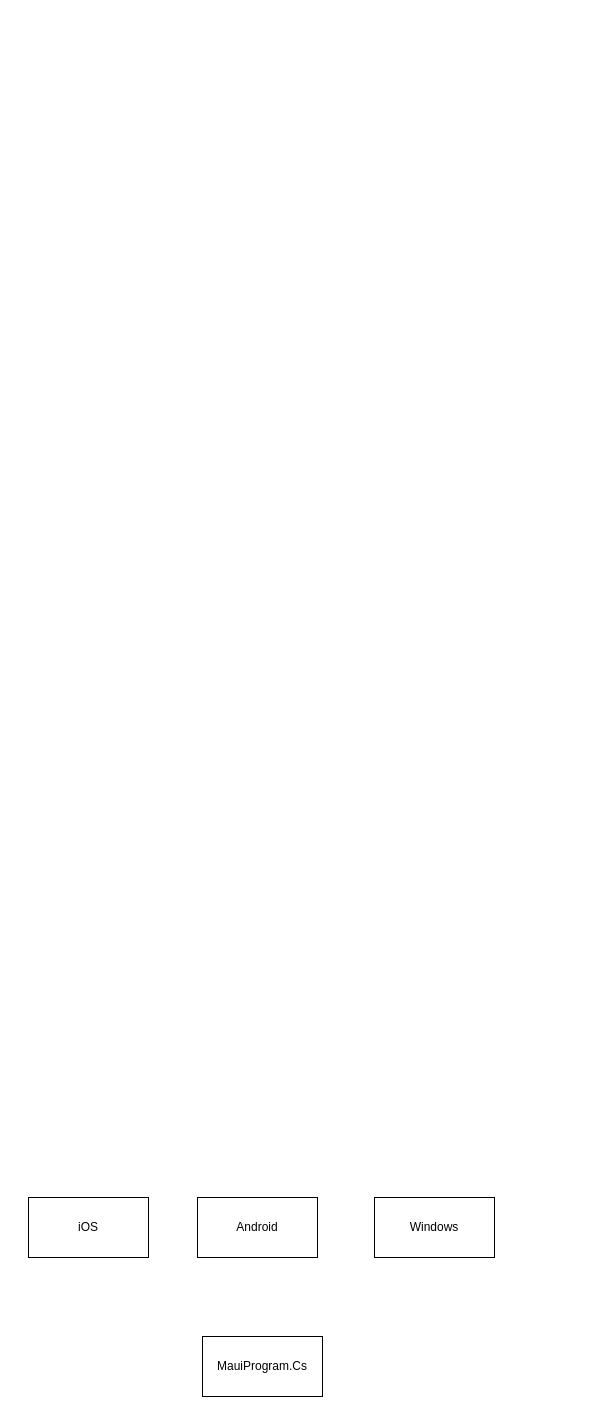
Mankind-123/My-Works keeps this draw.io diagram as Untitled Diagram.drawio. Above is the earlier version. Source tidied: cells renumbered, new cells numbered last; positions are measured from the earlier drawing's top-left corner, leaving out a move shared by most shapes. Both pictures are drawn from the tidied source at 100%, with x=0, y=0 at pixel (28, 1197).
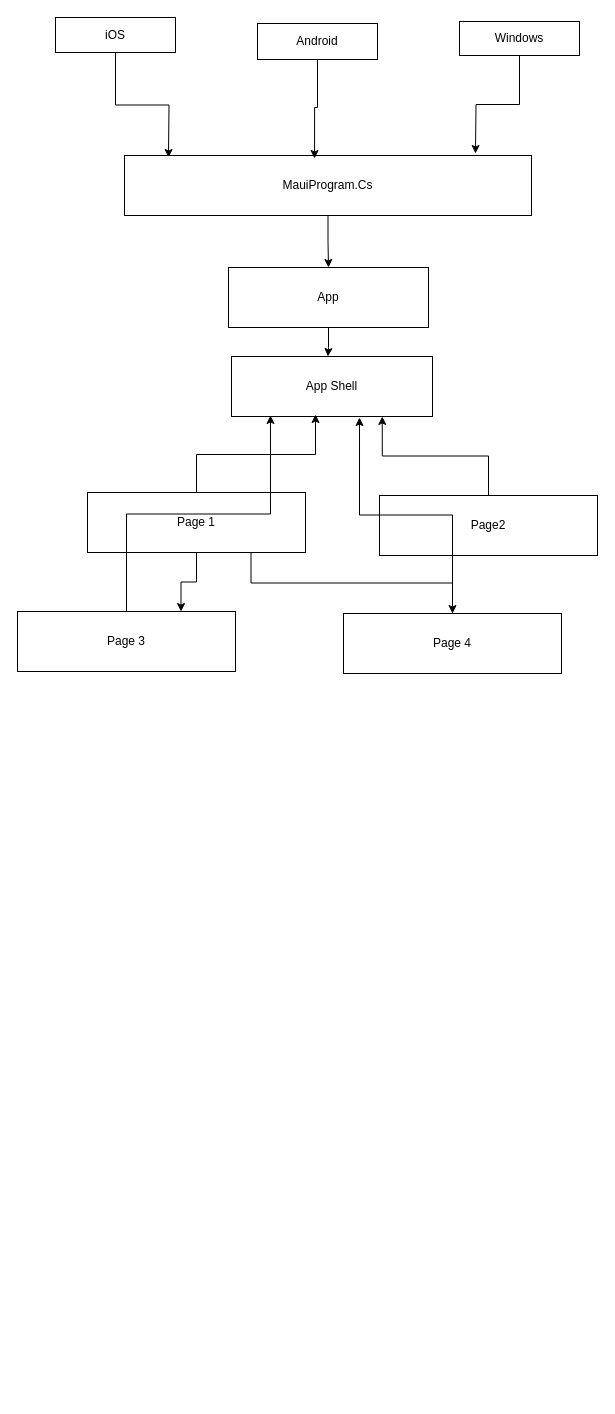
Above is the later version.

What changed in the source:
```diff
@@
+    <mxCell id="6" style="edgeStyle=orthogonalEdgeStyle;rounded=0;jettySize=auto;html=1;" parent="1" edge="1" source="2">
+      <mxGeometry relative="1" as="geometry">
+        <mxPoint x="140" y="-1040" as="targetPoint" />
+      </mxGeometry>
+    </mxCell>
     <mxCell id="2" value="iOS" style="rounded=0;whiteSpace=wrap;html=1;" parent="1" vertex="1">
-      <mxGeometry width="120" height="60" as="geometry" />
+      <mxGeometry x="27" y="-1180" width="120" height="35" as="geometry" />
     </mxCell>
     <mxCell id="3" value="Android" style="rounded=0;whiteSpace=wrap;html=1;" parent="1" vertex="1">
-      <mxGeometry x="169" width="120" height="60" as="geometry" />
+      <mxGeometry x="229" y="-1174" width="120" height="36" as="geometry" />
     </mxCell>
+    <mxCell id="7" style="edgeStyle=orthogonalEdgeStyle;rounded=0;jettySize=auto;html=1;" parent="1" edge="1" source="4">
+      <mxGeometry relative="1" as="geometry">
+        <mxPoint x="447" y="-1044" as="targetPoint" />
+      </mxGeometry>
+    </mxCell>
     <mxCell id="4" value="Windows" style="rounded=0;whiteSpace=wrap;html=1;" parent="1" vertex="1">
-      <mxGeometry x="346" width="120" height="60" as="geometry" />
+      <mxGeometry x="431" y="-1176" width="120" height="34" as="geometry" />
     </mxCell>
+    <mxCell id="8" style="edgeStyle=orthogonalEdgeStyle;rounded=0;jettySize=auto;html=1;entryX=0.5;entryY=0;entryDx=0;entryDy=0;" parent="1" edge="1" source="5" target="10">
+      <mxGeometry relative="1" as="geometry" />
+    </mxCell>
     <mxCell id="5" value="MauiProgram.Cs" style="rounded=0;whiteSpace=wrap;html=1;" parent="1" vertex="1">
-      <mxGeometry x="174" y="139" width="120" height="60" as="geometry" />
+      <mxGeometry x="96" y="-1042" width="407" height="60" as="geometry" />
     </mxCell>
+    <mxCell id="9" style="edgeStyle=orthogonalEdgeStyle;rounded=0;jettySize=auto;html=1;entryX=0.467;entryY=0.05;entryDx=0;entryDy=0;entryPerimeter=0;" parent="1" edge="1" source="3" target="5">
+      <mxGeometry relative="1" as="geometry" />
+    </mxCell>
+    <mxCell id="10" value="App" style="rounded=0;whiteSpace=wrap;html=1;" parent="1" vertex="1">
+      <mxGeometry x="200" y="-930" width="200" height="60" as="geometry" />
+    </mxCell>
+    <mxCell id="11" value="App Shell" style="rounded=0;whiteSpace=wrap;html=1;gradientColor=none;" parent="1" vertex="1">
+      <mxGeometry x="203" y="-841" width="201" height="60" as="geometry" />
+    </mxCell>
+    <mxCell id="12" style="edgeStyle=orthogonalEdgeStyle;rounded=0;jettySize=auto;html=1;entryX=0.48;entryY=0;entryDx=0;entryDy=0;entryPerimeter=0;" parent="1" edge="1" source="10" target="11">
+      <mxGeometry relative="1" as="geometry" />
+    </mxCell>
+    <mxCell id="13" style="edgeStyle=orthogonalEdgeStyle;rounded=0;jettySize=auto;html=1;entryX=0.75;entryY=0;entryDx=0;entryDy=0;" parent="1" edge="1" source="15" target="18">
+      <mxGeometry relative="1" as="geometry" />
+    </mxCell>
+    <mxCell id="14" style="edgeStyle=orthogonalEdgeStyle;rounded=0;jettySize=auto;html=1;exitX=0.75;exitY=1;exitDx=0;exitDy=0;entryX=0.5;entryY=0;entryDx=0;entryDy=0;" parent="1" edge="1" source="15" target="19">
+      <mxGeometry relative="1" as="geometry" />
+    </mxCell>
+    <mxCell id="15" value="Page 1" style="rounded=0;whiteSpace=wrap;html=1;gradientColor=none;" parent="1" vertex="1">
+      <mxGeometry x="59" y="-705" width="218" height="60" as="geometry" />
+    </mxCell>
+    <mxCell id="16" style="edgeStyle=orthogonalEdgeStyle;rounded=0;jettySize=auto;html=1;entryX=0.75;entryY=1;entryDx=0;entryDy=0;" parent="1" edge="1" source="17" target="11">
+      <mxGeometry relative="1" as="geometry" />
+    </mxCell>
+    <mxCell id="17" value="Page2" style="rounded=0;whiteSpace=wrap;html=1;gradientColor=none;" parent="1" vertex="1">
+      <mxGeometry x="351" y="-702" width="218" height="60" as="geometry" />
+    </mxCell>
+    <mxCell id="18" value="Page 3" style="rounded=0;whiteSpace=wrap;html=1;gradientColor=none;" parent="1" vertex="1">
+      <mxGeometry x="-11" y="-586" width="218" height="60" as="geometry" />
+    </mxCell>
+    <mxCell id="19" value="Page 4" style="rounded=0;whiteSpace=wrap;html=1;gradientColor=none;" parent="1" vertex="1">
+      <mxGeometry x="315" y="-584" width="218" height="60" as="geometry" />
+    </mxCell>
+    <mxCell id="20" style="edgeStyle=orthogonalEdgeStyle;rounded=0;jettySize=auto;html=1;entryX=0.418;entryY=0.967;entryDx=0;entryDy=0;entryPerimeter=0;" parent="1" edge="1" source="15" target="11">
+      <mxGeometry relative="1" as="geometry" />
+    </mxCell>
+    <mxCell id="21" style="edgeStyle=orthogonalEdgeStyle;rounded=0;jettySize=auto;html=1;entryX=0.194;entryY=0.983;entryDx=0;entryDy=0;entryPerimeter=0;" parent="1" edge="1" source="18" target="11">
+      <mxGeometry relative="1" as="geometry" />
+    </mxCell>
+    <mxCell id="22" style="edgeStyle=orthogonalEdgeStyle;rounded=0;jettySize=auto;html=1;entryX=0.637;entryY=1.017;entryDx=0;entryDy=0;entryPerimeter=0;" parent="1" edge="1" source="19" target="11">
+      <mxGeometry relative="1" as="geometry" />
+    </mxCell>
```
